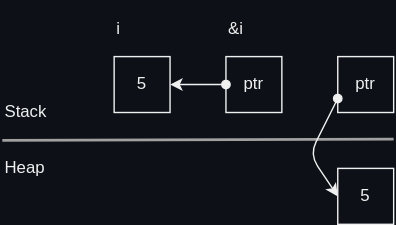
This is docs/rust/memory_layout/images/reference.drawio.svg from htgithub194/self-study, a draw.io export, as it was before one commit. Source tidied: cells renumbered, new cells last; positions are measured from the earlier drawing's top-left corner, leaving out a move shared by most shapes.
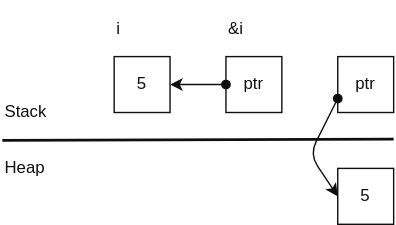
Above is the later version.

The edit, as a diff of the source:
```diff
@@ -1,45 +1,45 @@
-<mxGraphModel background="#0D1117">
+<mxGraphModel>
   <root>
     <mxCell id="0" />
     <mxCell id="1" parent="0" />
-    <mxCell id="2" value="i" style="text;html=1;strokeColor=none;fillColor=none;align=left;verticalAlign=middle;whiteSpace=wrap;rounded=0;fontColor=#F0F0F0;" parent="1" vertex="1">
+    <mxCell id="2" value="i" style="text;html=1;strokeColor=none;fillColor=none;align=left;verticalAlign=middle;whiteSpace=wrap;rounded=0;fontColor=light-dark(#0F0F0F,#F0F0F0);" parent="1" vertex="1">
       <mxGeometry x="80" width="80" height="40" as="geometry" />
     </mxCell>
-    <mxCell id="3" value="5" style="rounded=0;whiteSpace=wrap;html=1;flipH=1;flipV=1;fillColor=none;fontColor=#F0F0F0;strokeColor=#F0F0F0;" parent="1" vertex="1">
+    <mxCell id="3" value="5" style="rounded=0;whiteSpace=wrap;html=1;flipH=1;flipV=1;fillColor=none;fontColor=light-dark(#0F0F0F,#F0F0F0);strokeColor=light-dark(#0F0F0F,#F0F0F0);" parent="1" vertex="1">
       <mxGeometry x="80" y="40" width="40" height="40" as="geometry" />
     </mxCell>
-    <mxCell id="4" value="Stack" style="text;html=1;strokeColor=none;fillColor=none;align=left;verticalAlign=middle;whiteSpace=wrap;rounded=0;fontColor=#F0F0F0;" parent="1" vertex="1">
+    <mxCell id="4" value="Stack" style="text;html=1;strokeColor=none;fillColor=none;align=left;verticalAlign=middle;whiteSpace=wrap;rounded=0;fontColor=light-dark(#0F0F0F,#F0F0F0);" parent="1" vertex="1">
       <mxGeometry y="60" width="80" height="40" as="geometry" />
     </mxCell>
-    <mxCell id="5" value="Heap" style="text;html=1;strokeColor=none;fillColor=none;align=left;verticalAlign=middle;whiteSpace=wrap;rounded=0;fontColor=#F0F0F0;" parent="1" vertex="1">
+    <mxCell id="5" value="Heap" style="text;html=1;strokeColor=none;fillColor=none;align=left;verticalAlign=middle;whiteSpace=wrap;rounded=0;fontColor=light-dark(#0F0F0F,#F0F0F0);" parent="1" vertex="1">
       <mxGeometry y="100" width="80" height="40" as="geometry" />
     </mxCell>
-    <mxCell id="6" style="endArrow=none;html=1;strokeColor=#A0A0A0;strokeWidth=2;fontColor=#F0F0F0;" parent="1" edge="1">
+    <mxCell id="6" style="endArrow=none;html=1;strokeColor=light-dark(#0F0F0F,#F0F0F0);strokeWidth=2;fontColor=light-dark(#0F0F0F,#F0F0F0);" parent="1" edge="1">
       <mxGeometry relative="1" as="geometry">
         <mxPoint y="100" as="sourcePoint" />
         <mxPoint x="280" y="99" as="targetPoint" />
       </mxGeometry>
     </mxCell>
-    <mxCell id="7" value="5" style="rounded=0;whiteSpace=wrap;html=1;flipH=1;flipV=1;fillColor=none;fontColor=#F0F0F0;strokeColor=#F0F0F0;" parent="1" vertex="1">
+    <mxCell id="7" value="5" style="rounded=0;whiteSpace=wrap;html=1;flipH=1;flipV=1;fillColor=none;fontColor=light-dark(#0F0F0F,#F0F0F0);strokeColor=light-dark(#0F0F0F,#F0F0F0);" parent="1" vertex="1">
       <mxGeometry x="240" y="120" width="40" height="40" as="geometry" />
     </mxCell>
-    <mxCell id="8" value="&amp;amp;i" style="text;html=1;strokeColor=none;fillColor=none;align=left;verticalAlign=middle;whiteSpace=wrap;rounded=0;fontColor=#F0F0F0;" parent="1" vertex="1">
+    <mxCell id="8" value="&amp;amp;i" style="text;html=1;strokeColor=none;fillColor=none;align=left;verticalAlign=middle;whiteSpace=wrap;rounded=0;fontColor=light-dark(#0F0F0F,#F0F0F0);" parent="1" vertex="1">
       <mxGeometry x="160" width="40" height="40" as="geometry" />
     </mxCell>
-    <mxCell id="9" style="edgeStyle=none;html=1;entryX=1;entryY=0.5;entryDx=0;entryDy=0;strokeColor=#F0F0F0;startArrow=oval;startFill=1;" parent="1" edge="1" source="10" target="3">
+    <mxCell id="9" style="edgeStyle=none;html=1;entryX=1;entryY=0.5;entryDx=0;entryDy=0;strokeColor=light-dark(#0F0F0F,#F0F0F0);startArrow=oval;startFill=1;fontColor=light-dark(#0F0F0F,#F0F0F0);" parent="1" edge="1" source="10" target="3">
       <mxGeometry relative="1" as="geometry" />
     </mxCell>
-    <mxCell id="10" value="ptr" style="rounded=0;whiteSpace=wrap;html=1;flipH=1;flipV=1;fillColor=none;fontColor=#F0F0F0;strokeColor=#F0F0F0;" parent="1" vertex="1">
+    <mxCell id="10" value="ptr" style="rounded=0;whiteSpace=wrap;html=1;flipH=1;flipV=1;fillColor=none;fontColor=light-dark(#0F0F0F,#F0F0F0);strokeColor=light-dark(#0F0F0F,#F0F0F0);" parent="1" vertex="1">
       <mxGeometry x="160" y="40" width="40" height="40" as="geometry" />
     </mxCell>
-    <mxCell id="11" style="edgeStyle=none;html=1;entryX=0;entryY=0.5;entryDx=0;entryDy=0;exitX=0;exitY=0.75;exitDx=0;exitDy=0;startArrow=oval;startFill=1;strokeColor=#F0F0F0;" parent="1" edge="1" source="12" target="7">
+    <mxCell id="11" style="edgeStyle=none;html=1;entryX=0;entryY=0.5;entryDx=0;entryDy=0;exitX=0;exitY=0.75;exitDx=0;exitDy=0;startArrow=oval;startFill=1;strokeColor=light-dark(#0F0F0F,#F0F0F0);fontColor=light-dark(#0F0F0F,#F0F0F0);" parent="1" edge="1" source="12" target="7">
       <mxGeometry relative="1" as="geometry">
         <Array as="points">
           <mxPoint x="220" y="110" />
         </Array>
       </mxGeometry>
     </mxCell>
-    <mxCell id="12" value="ptr" style="rounded=0;whiteSpace=wrap;html=1;flipH=1;flipV=1;fillColor=none;fontColor=#F0F0F0;strokeColor=#F0F0F0;" parent="1" vertex="1">
+    <mxCell id="12" value="ptr" style="rounded=0;whiteSpace=wrap;html=1;flipH=1;flipV=1;fillColor=none;fontColor=light-dark(#0F0F0F,#F0F0F0);strokeColor=light-dark(#0F0F0F,#F0F0F0);" parent="1" vertex="1">
       <mxGeometry x="240" y="40" width="40" height="40" as="geometry" />
     </mxCell>
   </root>
```
